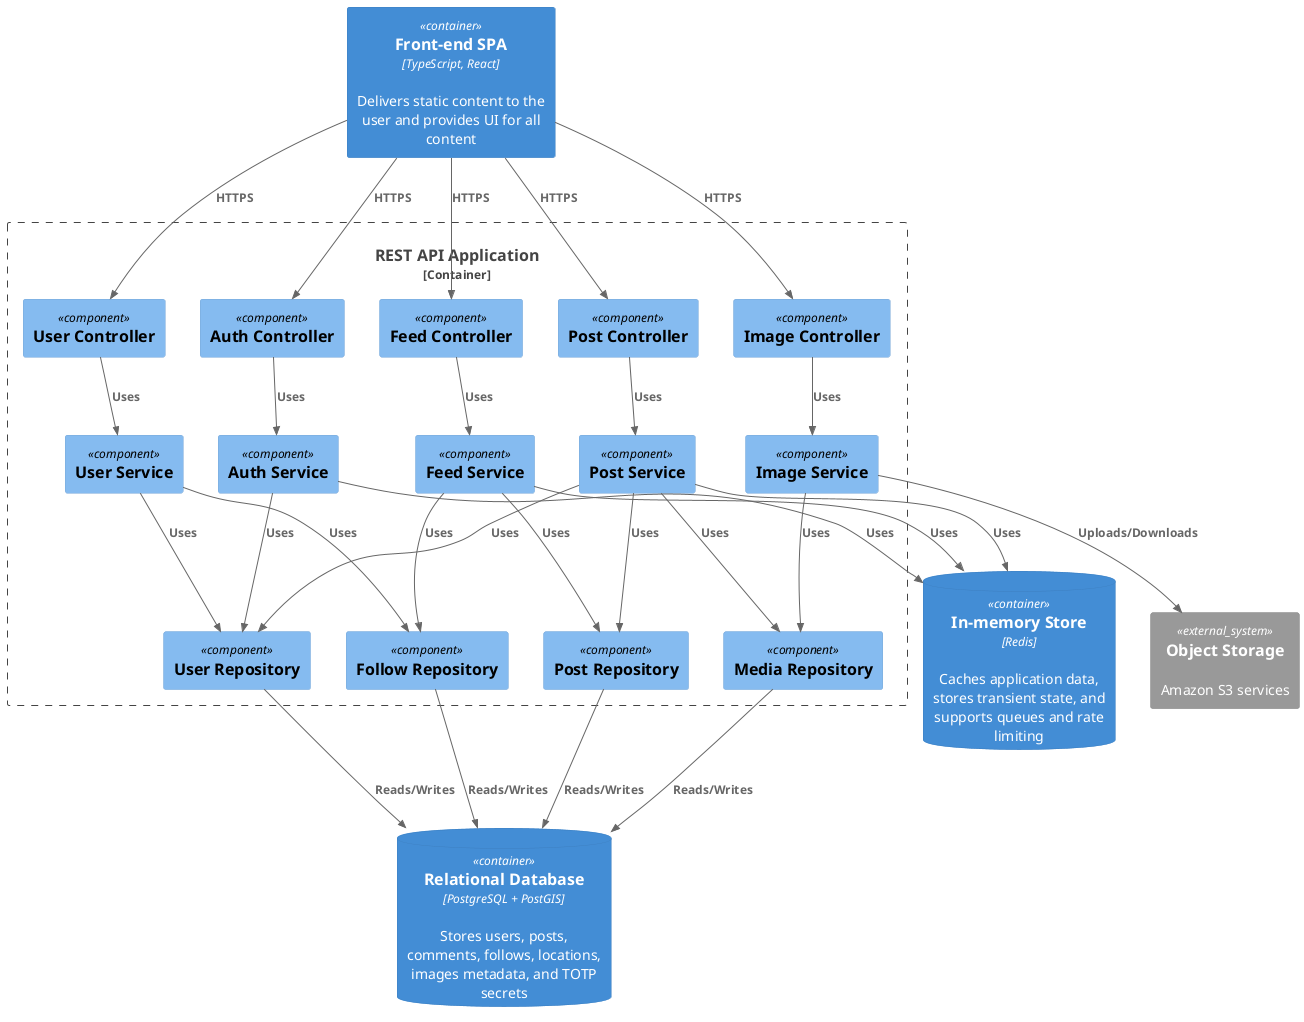
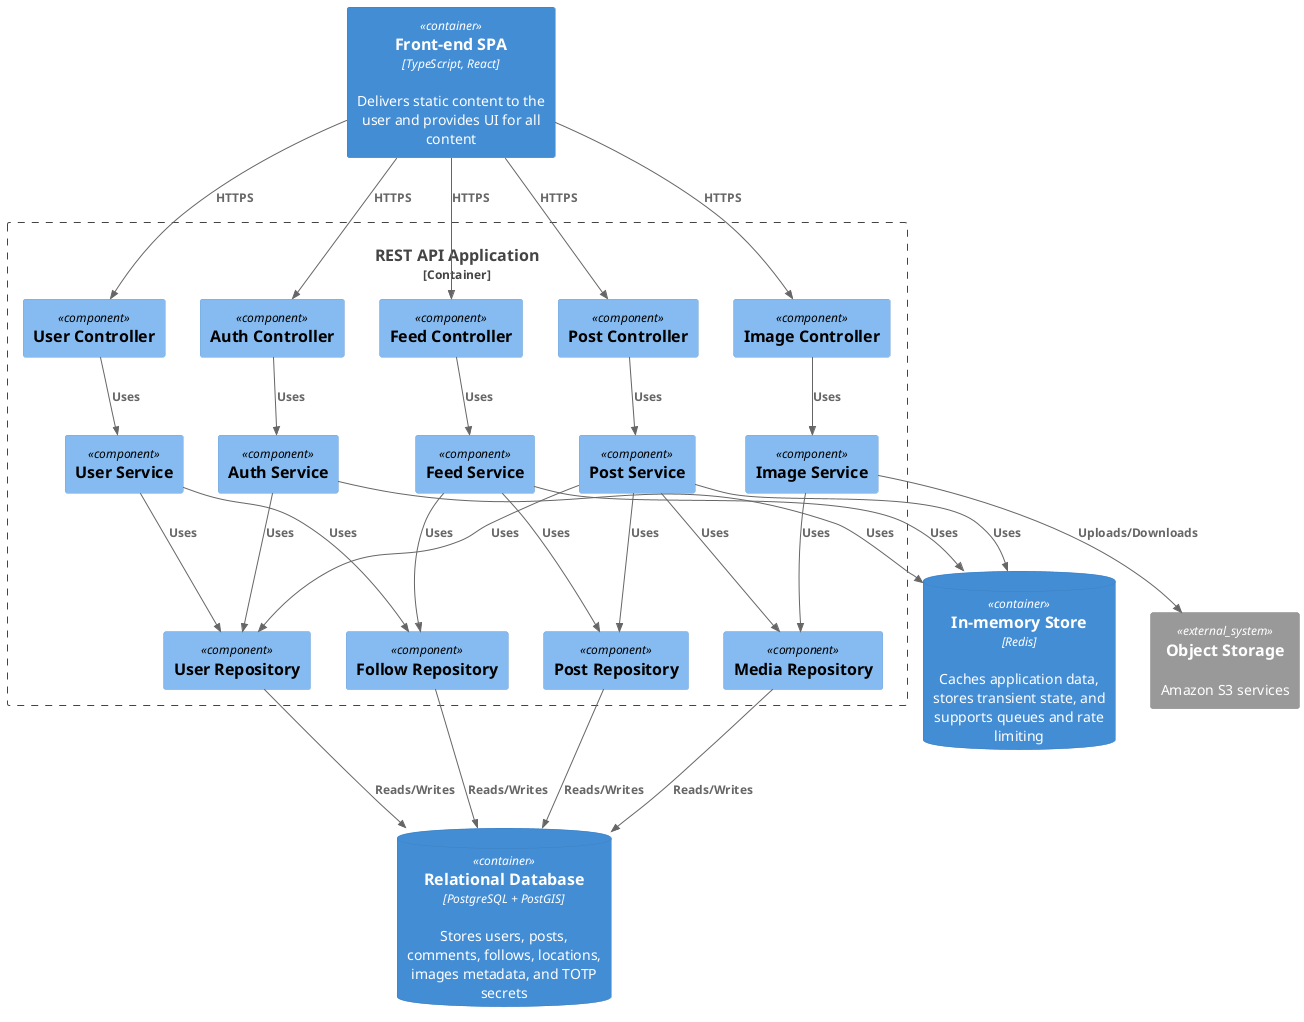
' containers.puml
' Created: 7/7/2026
' Last Edited: 7/7/2026
' Author: John Wesley Thompson

@startuml RESTAPIComponent

!include <C4/C4_Component>
+ 
+ skinparam BackgroundColor transparent

Container(webapp, "Front-end SPA", "TypeScript, React", "Delivers static content to the user and provides UI for all content")

Container_Boundary(restAPI, "REST API Application") {
    Component(authController, "Auth Controller")
    Component(postController, "Post Controller")
    Component(userController, "User Controller")
    Component(feedController, "Feed Controller")
    Component(mediaController, "Image Controller")

    Component(authService, "Auth Service")
    Component(postService, "Post Service")
    Component(userService, "User Service")
    Component(feedService, "Feed Service")
    Component(mediaService, "Image Service")

    Component(postRepo, "Post Repository")
    Component(userRepo, "User Repository")
    Component(mediaRepo, "Media Repository")
    ' Component(commentRepo, "Comment Repository")
    Component(followRepo, "Follow Repository")
}

ContainerDb(postgresDb, "Relational Database", "PostgreSQL + PostGIS", "Stores users, posts, comments, follows, locations, images metadata, and TOTP secrets")
ContainerDb(redisDb, "In-memory Store", "Redis", "Caches application data, stores transient state, and supports queues and rate limiting")

System_Ext(storage, "Object Storage", "Amazon S3 services")

Rel(webapp, authController, "HTTPS")
Rel(webapp, postController, "HTTPS")
Rel(webapp, userController, "HTTPS")
Rel(webapp, feedController, "HTTPS")
Rel(webapp, mediaController, "HTTPS")

Rel(authController, authService, "Uses")
Rel(postController, postService, "Uses")
Rel(userController, userService, "Uses")
Rel(feedController, feedService, "Uses")
Rel(mediaController, mediaService, "Uses")

Rel(authService, userRepo, "Uses")
Rel(authService, redisDb, "Uses")
Rel(postService, postRepo, "Uses")
Rel(postService, userRepo, "Uses")
Rel(postService, mediaRepo, "Uses")
Rel(postService, redisDb, "Uses")
Rel(userService, userRepo, "Uses")
Rel(userService, followRepo, "Uses")
Rel(feedService, postRepo, "Uses")
Rel(feedService, redisDb, "Uses")
Rel(feedService, followRepo, "Uses")
Rel(mediaService, mediaRepo, "Uses")
Rel(mediaService, storage, "Uploads/Downloads")

Rel(postRepo, postgresDb, "Reads/Writes")
Rel(userRepo, postgresDb, "Reads/Writes")
Rel(mediaRepo, postgresDb, "Reads/Writes")
Rel(followRepo, postgresDb, "Reads/Writes")
' Rel(commentRepo, postgresDb, "Reads/Writes")


@enduml